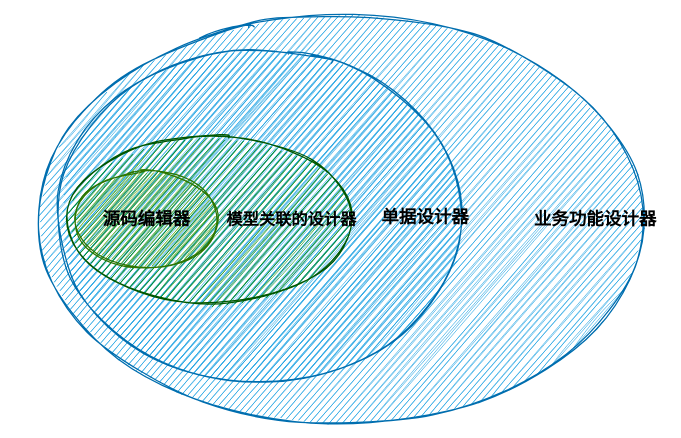
Earlier version of the draw.io diagram page "设计期的多层次抽象" (2 of 3) of 轻量级业务构建体系.drawio (lornezhang66/draw.io). Source tidied: cells renumbered, new cells numbered last; positions are measured from the earlier drawing's top-left corner, leaving out a move shared by most shapes. Both pictures are drawn from the tidied source at 125%, with x=0, y=0 at pixel (21, 21).
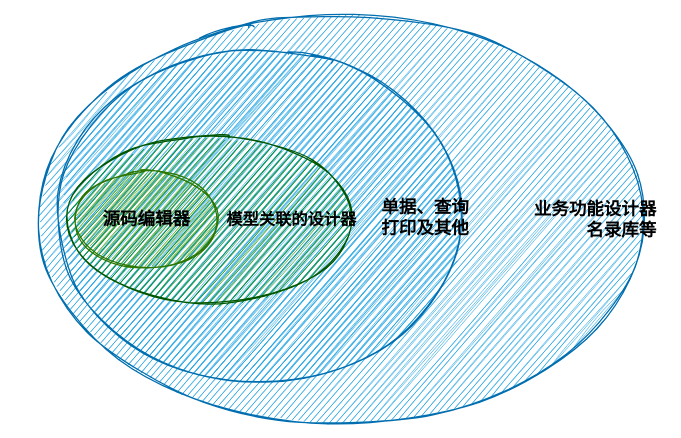
Above is the later version.

Commit message:
更新轻量级业务构建体系.drawio

The edit, as a diff of the source:
```diff
@@
 <mxGraphModel>
   <root>
     <mxCell id="0" />
     <mxCell id="1" parent="0" />
-    <mxCell id="2" value="业务功能设计器" style="ellipse;whiteSpace=wrap;html=1;rounded=1;glass=0;labelBackgroundColor=none;strokeColor=#006EAF;fillColor=#1ba1e2;align=right;fontStyle=1;fontColor=#000000;shadow=0;fontSize=14;sketch=1;" parent="1" vertex="1">
+    <mxCell id="2" value="业务功能设计器&lt;br&gt;名录库等" style="ellipse;whiteSpace=wrap;html=1;rounded=1;glass=0;labelBackgroundColor=none;strokeColor=#006EAF;fillColor=#1ba1e2;align=right;fontStyle=1;fontColor=#000000;shadow=0;fontSize=14;sketch=1;" parent="1" vertex="1">
       <mxGeometry y="0.5" width="510" height="315" as="geometry" />
     </mxCell>
-    <mxCell id="3" value="单据设计器" style="ellipse;whiteSpace=wrap;html=1;rounded=1;glass=0;labelBackgroundColor=none;strokeColor=#006EAF;fillColor=#1ba1e2;align=right;fontStyle=1;fontColor=#000000;shadow=0;fontSize=14;sketch=1;" parent="1" vertex="1">
+    <mxCell id="3" value="单据、查询&lt;br&gt;打印及其他" style="ellipse;whiteSpace=wrap;html=1;rounded=1;glass=0;labelBackgroundColor=none;strokeColor=#006EAF;fillColor=#1ba1e2;align=right;fontStyle=1;fontColor=#000000;shadow=0;fontSize=14;sketch=1;" parent="1" vertex="1">
       <mxGeometry x="20" y="28" width="340" height="255" as="geometry" />
     </mxCell>
     <mxCell id="4" value="模型关联的设计器" style="ellipse;whiteSpace=wrap;html=1;rounded=1;glass=0;labelBackgroundColor=none;strokeColor=#005700;fillColor=#008a00;align=right;fontStyle=1;fontColor=#000000;shadow=0;fontSize=13;sketch=1;" parent="1" vertex="1">
       <mxGeometry x="30" y="88" width="240" height="140" as="geometry" />
     </mxCell>
     <mxCell id="5" value="源码编辑器" style="ellipse;whiteSpace=wrap;html=1;rounded=1;glass=0;labelBackgroundColor=none;strokeColor=#2D7600;fillColor=#60a917;fontColor=#000000;fontStyle=1;shadow=0;fontSize=14;sketch=1;" parent="1" vertex="1">
       <mxGeometry x="40" y="118" width="120" height="80" as="geometry" />
     </mxCell>
   </root>
 </mxGraphModel>
```
